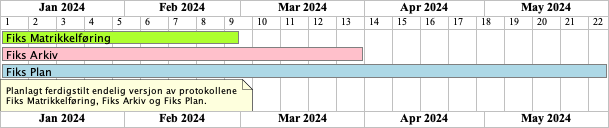
This is content/Tjenester/fiksprotokoll/charts/fiks-protokoller-gantt.png from ks-no/ks-no.github.io, a PlantUML export, as it was before one commit. The source it was exported from:
```plantuml
@startgantt
Projectscale weekly
Project starts 2024-01-01

[Fiks Matrikkelføring] starts 2024-01-01
[Fiks Matrikkelføring] ends 2024-02-29
[Fiks Arkiv] starts 2024-01-01
[Fiks Arkiv] ends 2024-03-31
[Fiks Plan] starts 2024-01-01
[Fiks Plan] ends 2024-05-31
note bottom
  Planlagt ferdigstilt endelig versjon av protokollene
  Fiks Matrikkelføring, Fiks Arkiv og Fiks Plan.
end note
[Fiks Matrikkelføring] is colored in GreenYellow/Grey
[Fiks Arkiv] is colored in Pink/Grey
[Fiks Plan] is colored in LightBlue/Grey
@endgantt
```
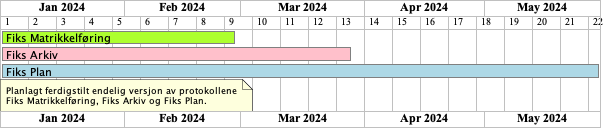
The same diagram one commit later.

Diff of the diagram source:
```diff
@@ -3,11 +3,11 @@
 Project starts 2024-01-01
 
 [Fiks Matrikkelføring] starts 2024-01-01
-[Fiks Matrikkelføring] ends 2024-02-29
+[Fiks Matrikkelføring] ends 2024-02-28
 [Fiks Arkiv] starts 2024-01-01
-[Fiks Arkiv] ends 2024-03-31
+[Fiks Arkiv] ends 2024-03-28
 [Fiks Plan] starts 2024-01-01
-[Fiks Plan] ends 2024-05-31
+[Fiks Plan] ends 2024-05-29
 note bottom
   Planlagt ferdigstilt endelig versjon av protokollene
   Fiks Matrikkelføring, Fiks Arkiv og Fiks Plan.
```
